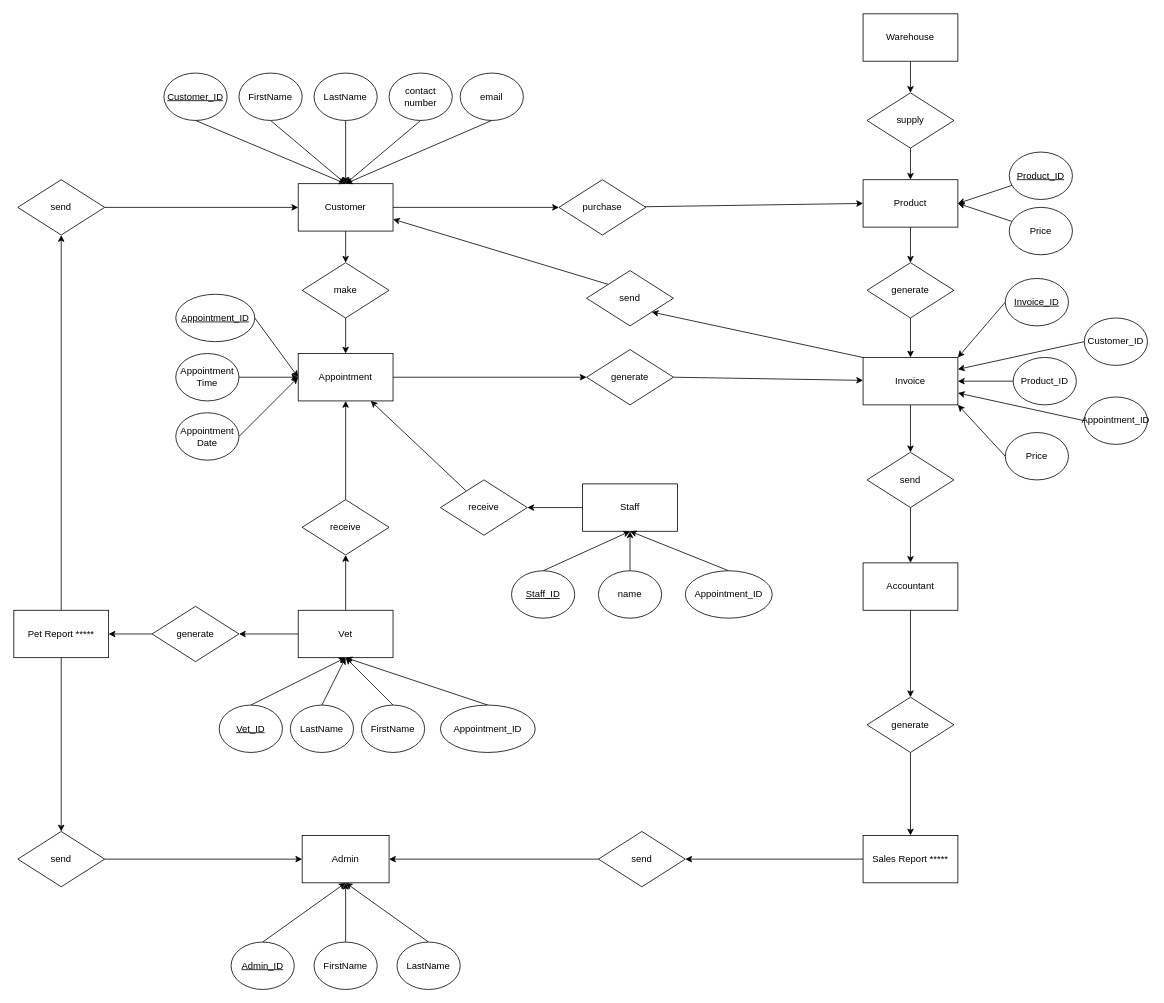
This is page "ERD" (4 of 4) of SDPflowchart.drawio from Kentcwk26/SDP, a draw.io file, before an edit. Source tidied: cells renumbered, new cells numbered last; positions are measured from the earlier drawing's top-left corner, leaving out a move shared by most shapes. Both pictures are drawn from the tidied source at 79%, with x=0, y=0 at pixel (13, 13).
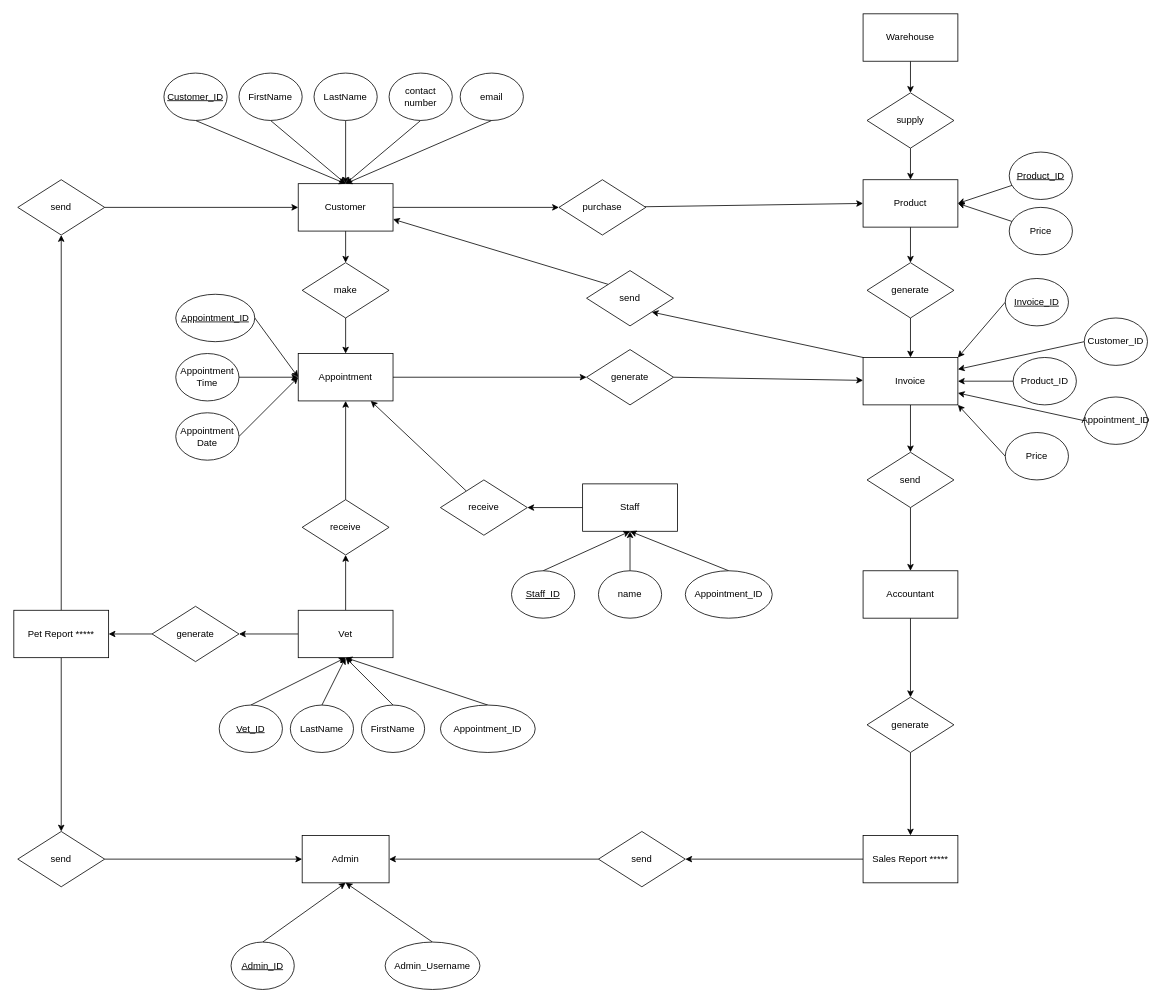
After the change.

Unchanged cells that the change refers to:
```xml
<mxCell id="7" value="Admin" style="rounded=0;whiteSpace=wrap;html=1;" parent="1" vertex="1">
  <mxGeometry x="365" y="1040" width="110" height="60" as="geometry" />
</mxCell>
```

The edit, as a diff of the source:
```diff
@@
-    <mxCell id="81" value="FirstName" style="ellipse;whiteSpace=wrap;html=1;" parent="1" vertex="1">
-      <mxGeometry x="380" y="1175" width="80" height="60" as="geometry" />
+    <mxCell id="81" value="Admin_Username" style="ellipse;whiteSpace=wrap;html=1;" parent="1" vertex="1">
+      <mxGeometry x="470" y="1175" width="120" height="60" as="geometry" />
     </mxCell>
-    <mxCell id="82" style="edgeStyle=none;html=1;exitX=0.5;exitY=0;exitDx=0;exitDy=0;entryX=0.5;entryY=1;entryDx=0;entryDy=0;" parent="1" edge="1" source="83" target="7">
-      <mxGeometry relative="1" as="geometry" />
-    </mxCell>
-    <mxCell id="83" value="LastName" style="ellipse;whiteSpace=wrap;html=1;" parent="1" vertex="1">
-      <mxGeometry x="485" y="1175" width="80" height="60" as="geometry" />
-    </mxCell>
@@
     <mxCell id="92" value="Accountant" style="rounded=0;whiteSpace=wrap;html=1;" parent="1" vertex="1">
-      <mxGeometry x="1075" y="695" width="120" height="60" as="geometry" />
+      <mxGeometry x="1075" y="705" width="120" height="60" as="geometry" />
     </mxCell>
```
